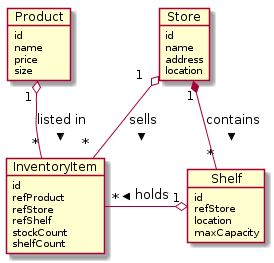
Above: img/entities.png in FIWARE/tutorials.CRUD-Operations (PlantUML), before the change.
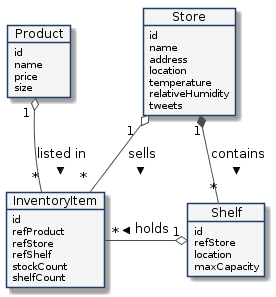
Later version of the same file.

Commit message:
Updating Entity Diagrams

Change to the diagram source:
```diff
@@ -1,4 +1,10 @@
 @startuml
+skinparam object {
+  BackgroundColor #f5f5f5
+  ArrowColor #4c4c4c
+  BorderColor #233c68
+}
+
 object Product
 
 Product : id
@@ -23,6 +29,9 @@
 Store : name
 Store : address
 Store : location
+Store : temperature
+Store : relativeHumidity
+Store : tweets
 
 object Shelf
 
```
